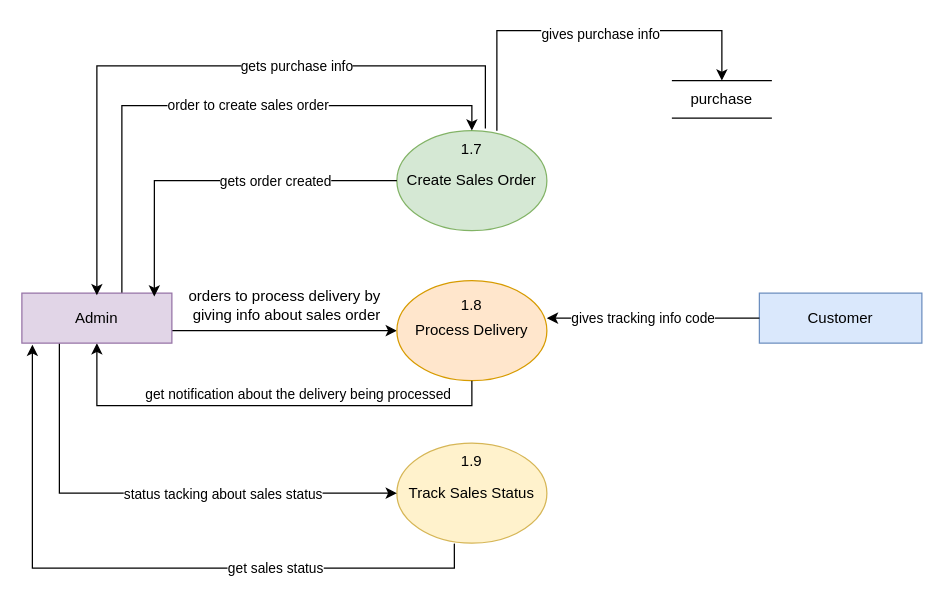
Earlier version of the draw.io diagram Level 2 of .drawio (pawal-karki/DRAW.IO). Source tidied: cells renumbered, new cells numbered last; positions are measured from the earlier drawing's top-left corner, leaving out a move shared by most shapes. Both pictures are drawn from the tidied source at 125%, with x=0, y=0 at pixel (21, 30).
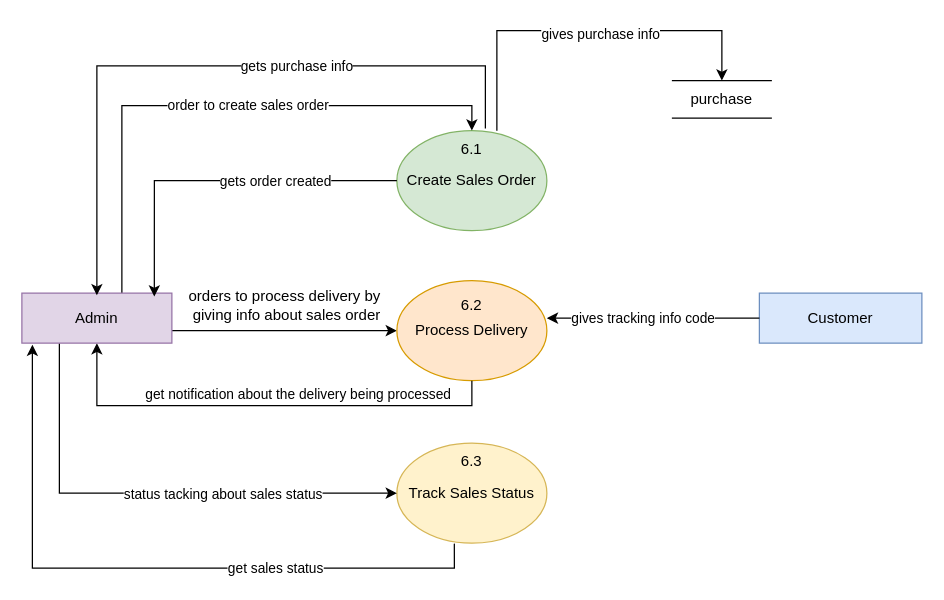
The same diagram, later.

What changed in the source:
```diff
@@
-    <mxCell id="28" value="1.7" style="text;html=1;align=center;verticalAlign=middle;whiteSpace=wrap;rounded=0;" parent="1" vertex="1">
+    <mxCell id="28" value="6.1" style="text;html=1;align=center;verticalAlign=middle;whiteSpace=wrap;rounded=0;" parent="1" vertex="1">
       <mxGeometry x="330" y="80" width="60" height="30" as="geometry" />
     </mxCell>
-    <mxCell id="29" value="1.8" style="text;html=1;align=center;verticalAlign=middle;whiteSpace=wrap;rounded=0;" parent="1" vertex="1">
+    <mxCell id="29" value="6.2" style="text;html=1;align=center;verticalAlign=middle;whiteSpace=wrap;rounded=0;" parent="1" vertex="1">
       <mxGeometry x="330" y="205" width="60" height="30" as="geometry" />
     </mxCell>
-    <mxCell id="30" value="1.9" style="text;html=1;align=center;verticalAlign=middle;whiteSpace=wrap;rounded=0;" parent="1" vertex="1">
+    <mxCell id="30" value="6.3" style="text;html=1;align=center;verticalAlign=middle;whiteSpace=wrap;rounded=0;" parent="1" vertex="1">
       <mxGeometry x="330" y="330" width="60" height="30" as="geometry" />
     </mxCell>
```
